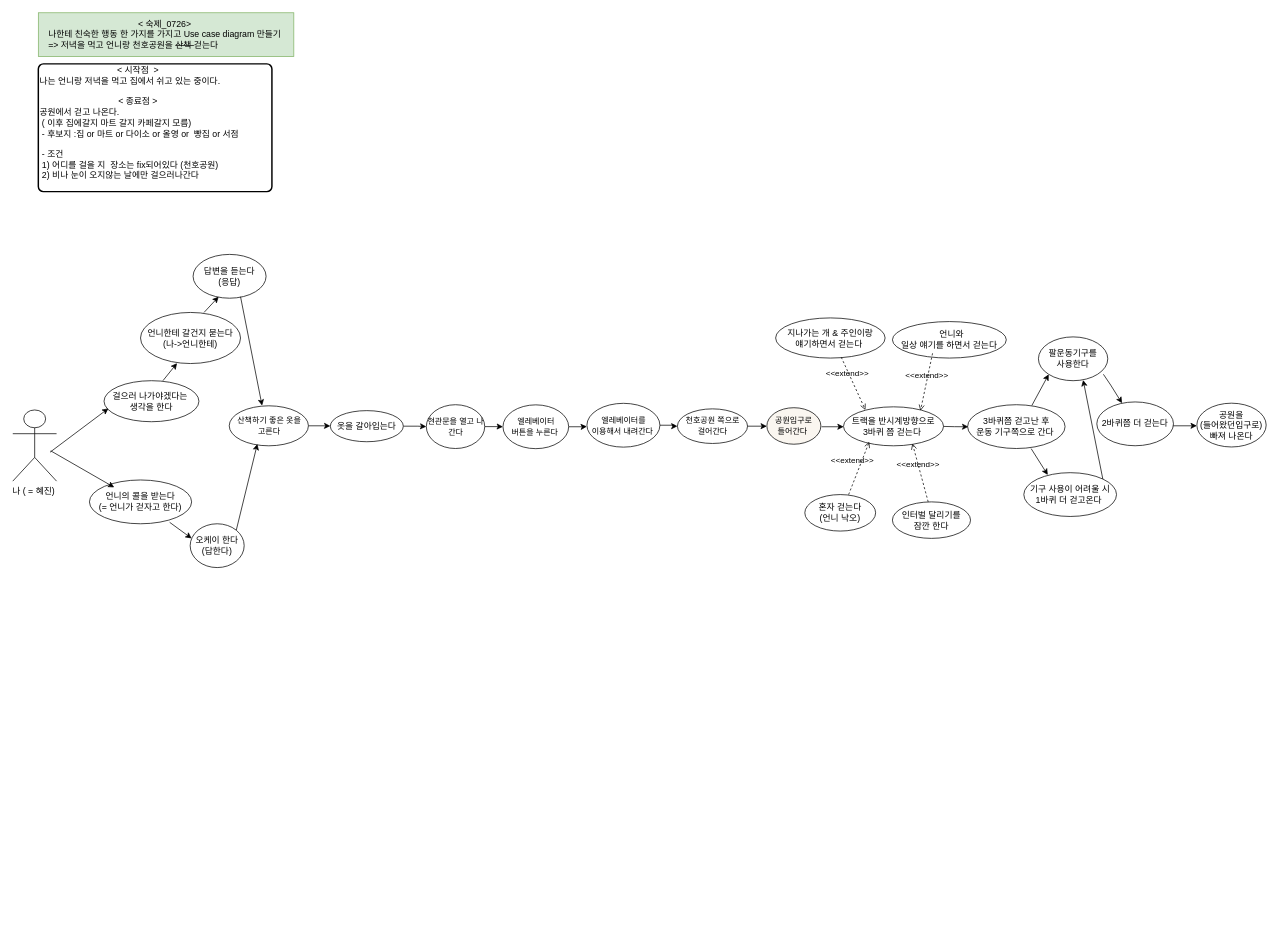
The draw.io diagram usecase_diagram/test.drawio in Jin-bright/diagram_study, before the edit. Source tidied: cells renumbered, new cells numbered last; positions are measured from the earlier drawing's top-left corner, leaving out a move shared by most shapes. Both pictures are drawn from the tidied source at 73%, with x=0, y=0 at pixel (12, 12).
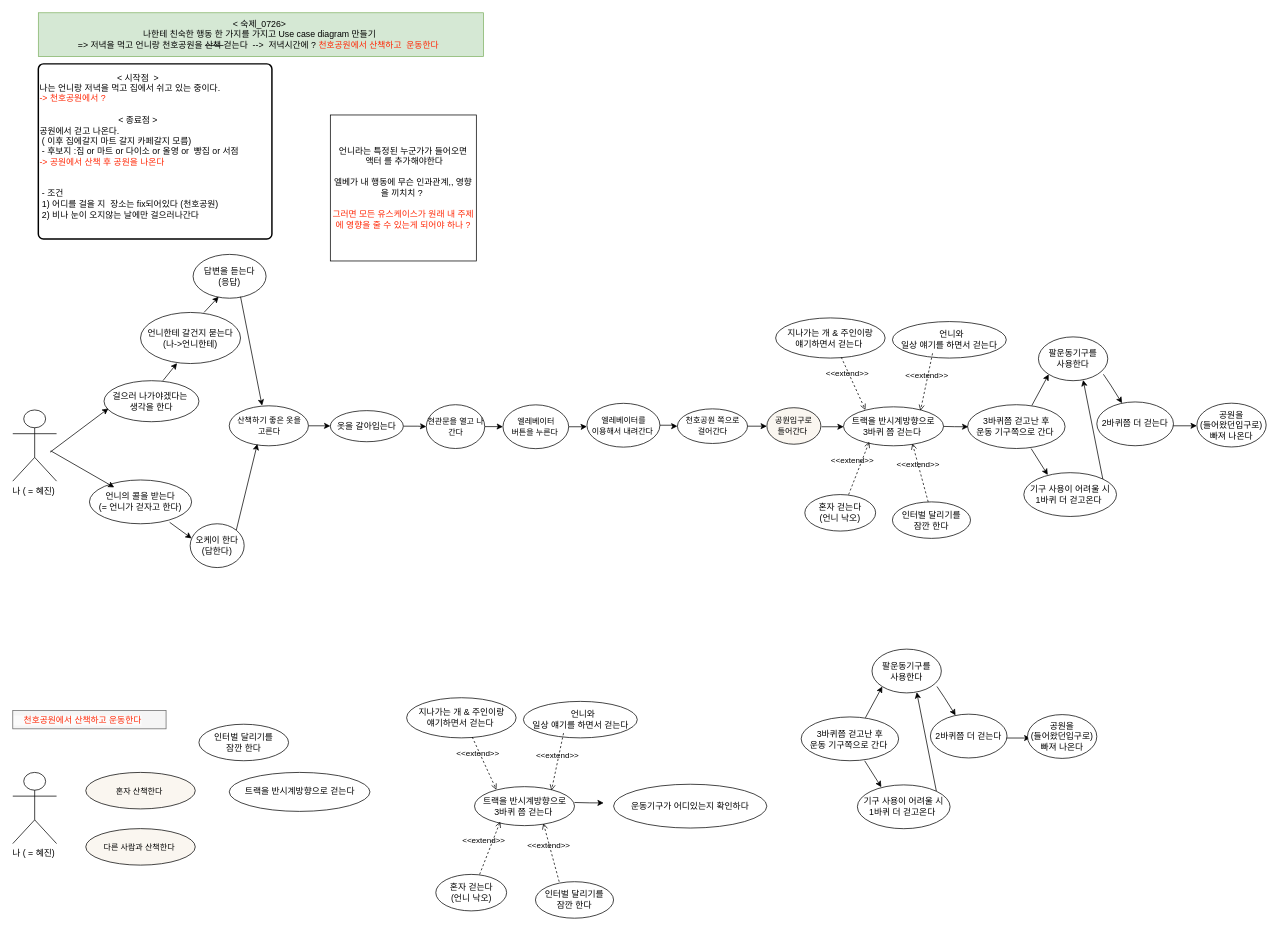
The same page after the edit.

What changed in the source:
```diff
@@
-    <mxCell id="4" value="&lt;div style=&quot;&quot;&gt;&lt;span style=&quot;background-color: initial;&quot;&gt;&amp;lt; 숙제_0726&amp;gt;&amp;nbsp;&lt;/span&gt;&lt;/div&gt;&lt;div style=&quot;&quot;&gt;&lt;span style=&quot;background-color: initial;&quot;&gt;나한테 친숙한 행동 한 가지를 가지고 Use case diagram 만들기&amp;nbsp;&lt;/span&gt;&lt;/div&gt;&lt;div style=&quot;text-align: left;&quot;&gt;=&amp;gt; 저녁을 먹고 언니랑 천호공원을&amp;nbsp;&lt;strike&gt;산책&amp;nbsp;&lt;/strike&gt;걷는다&amp;nbsp;&lt;/div&gt;" style="rounded=0;whiteSpace=wrap;html=1;fillColor=#d5e8d4;strokeColor=#82b366;" parent="1" vertex="1">
-      <mxGeometry x="35" width="350" height="60" as="geometry" />
+    <mxCell id="4" value="&lt;div style=&quot;&quot;&gt;&lt;span style=&quot;background-color: initial;&quot;&gt;&amp;lt; 숙제_0726&amp;gt;&amp;nbsp;&lt;/span&gt;&lt;/div&gt;&lt;div style=&quot;&quot;&gt;&lt;span style=&quot;background-color: initial;&quot;&gt;나한테 친숙한 행동 한 가지를 가지고 Use case diagram 만들기&amp;nbsp;&lt;/span&gt;&lt;/div&gt;&lt;div style=&quot;text-align: left;&quot;&gt;=&amp;gt; 저녁을 먹고 언니랑 천호공원을&amp;nbsp;&lt;strike&gt;산책&amp;nbsp;&lt;/strike&gt;걷는다&amp;nbsp; --&amp;gt;&amp;nbsp; 저녁시간에 ?&amp;nbsp;&lt;font color=&quot;#ff2908&quot;&gt;천호공원에서 산책하고&amp;nbsp; 운동한다&amp;nbsp;&lt;/font&gt;&amp;nbsp;&lt;/div&gt;" style="rounded=0;whiteSpace=wrap;html=1;fillColor=#d5e8d4;strokeColor=#82b366;" parent="1" vertex="1">
+      <mxGeometry x="35" width="610" height="60" as="geometry" />
     </mxCell>
-    <mxCell id="5" value="&lt;div style=&quot;text-align: center;&quot;&gt;&lt;span style=&quot;background-color: initial;&quot;&gt;&amp;lt; 시작점&amp;nbsp; &amp;gt;&amp;nbsp;&lt;/span&gt;&lt;/div&gt;&lt;div style=&quot;&quot;&gt;&lt;span style=&quot;background-color: initial;&quot;&gt;나는 언니랑 저녁을 먹고 집에서 쉬고 있는 중이다.&lt;/span&gt;&lt;/div&gt;&lt;div style=&quot;&quot;&gt;&lt;span style=&quot;background-color: initial;&quot;&gt;&lt;br&gt;&lt;/span&gt;&lt;/div&gt;&lt;div style=&quot;text-align: center;&quot;&gt;&lt;span style=&quot;background-color: initial;&quot;&gt;&amp;lt; 종료점 &amp;gt;&amp;nbsp;&lt;/span&gt;&lt;/div&gt;&lt;div style=&quot;&quot;&gt;공원에서 걷고 나온다.&amp;nbsp;&lt;/div&gt;&lt;div style=&quot;&quot;&gt;&lt;span style=&quot;background-color: initial;&quot;&gt;&amp;nbsp;( 이후 집에갈지 마트 갈지 카페갈지 모름)&amp;nbsp;&lt;/span&gt;&lt;/div&gt;&amp;nbsp;- 후보지 :집 or 마트 or 다이소 or 올영 or&amp;nbsp; 빵집 or 서점&lt;br&gt;&lt;br&gt;&amp;nbsp;- 조건&amp;nbsp;&lt;br&gt;&amp;nbsp;1) 어디를 걸을 지&amp;nbsp; 장소는 fix되어있다 (천호공원)&lt;br&gt;&amp;nbsp;2) 비나 눈이 오지않는 날에만 걸으러나간다&amp;nbsp;&lt;br&gt;&amp;nbsp;" style="rounded=1;whiteSpace=wrap;html=1;absoluteArcSize=1;arcSize=14;strokeWidth=2;align=left;" parent="1" vertex="1">
-      <mxGeometry x="35" y="70" width="320" height="175" as="geometry" />
+    <mxCell id="5" value="&lt;div style=&quot;text-align: center;&quot;&gt;&lt;span style=&quot;background-color: initial;&quot;&gt;&amp;lt; 시작점&amp;nbsp; &amp;gt;&amp;nbsp;&lt;/span&gt;&lt;/div&gt;&lt;div style=&quot;&quot;&gt;&lt;span style=&quot;background-color: initial;&quot;&gt;나는 언니랑 저녁을 먹고 집에서 쉬고 있는 중이다.&lt;/span&gt;&lt;/div&gt;&lt;div style=&quot;&quot;&gt;&lt;span style=&quot;background-color: initial;&quot;&gt;&lt;font color=&quot;#ff2908&quot;&gt;-&amp;gt; 천호공원에서 ?&amp;nbsp;&lt;/font&gt;&lt;/span&gt;&lt;/div&gt;&lt;div style=&quot;&quot;&gt;&lt;span style=&quot;background-color: initial;&quot;&gt;&lt;br&gt;&lt;/span&gt;&lt;/div&gt;&lt;div style=&quot;text-align: center;&quot;&gt;&lt;span style=&quot;background-color: initial;&quot;&gt;&amp;lt; 종료점 &amp;gt;&amp;nbsp;&lt;/span&gt;&lt;/div&gt;&lt;div style=&quot;&quot;&gt;공원에서 걷고 나온다.&amp;nbsp;&lt;/div&gt;&lt;div style=&quot;&quot;&gt;&lt;span style=&quot;background-color: initial;&quot;&gt;&amp;nbsp;( 이후 집에갈지 마트 갈지 카페갈지 모름)&amp;nbsp;&lt;/span&gt;&lt;/div&gt;&amp;nbsp;- 후보지 :집 or 마트 or 다이소 or 올영 or&amp;nbsp; 빵집 or 서점&lt;br&gt;&lt;font color=&quot;#ff2908&quot;&gt;-&amp;gt; 공원에서 산책 후 공원을 나온다&lt;br&gt;&lt;/font&gt;&lt;br&gt;&lt;br&gt;&amp;nbsp;- 조건&amp;nbsp;&lt;br&gt;&amp;nbsp;1) 어디를 걸을 지&amp;nbsp; 장소는 fix되어있다 (천호공원)&lt;br&gt;&amp;nbsp;2) 비나 눈이 오지않는 날에만 걸으러나간다&amp;nbsp;&lt;br&gt;&amp;nbsp;" style="rounded=1;whiteSpace=wrap;html=1;absoluteArcSize=1;arcSize=14;strokeWidth=2;align=left;" parent="1" vertex="1">
+      <mxGeometry x="35" y="70" width="320" height="240" as="geometry" />
     </mxCell>
@@
+    <mxCell id="51" value="언니라는 특정된 누군가가 들어오면&lt;br&gt;&amp;nbsp;액터 를 추가해야한다&lt;br&gt;&lt;br&gt;엘베가 내 행동에 무슨 인과관계,, 영향을 끼치치 ?&amp;nbsp;&lt;br&gt;&lt;br&gt;&lt;font color=&quot;#ff2908&quot;&gt;그러면 모든 유스케이스가 원래 내 주제에 영향을 줄 수 있는게 되어야 하나 ?&lt;/font&gt;" style="whiteSpace=wrap;html=1;" parent="1" vertex="1">
+      <mxGeometry x="435" y="140" width="200" height="200" as="geometry" />
+    </mxCell>
+    <mxCell id="52" value="나 ( = 혜진)&amp;nbsp;" style="shape=umlActor;verticalLabelPosition=bottom;verticalAlign=top;html=1;" parent="1" vertex="1">
+      <mxGeometry y="1040.6" width="60" height="97.5" as="geometry" />
+    </mxCell>
+    <mxCell id="53" value="&lt;font style=&quot;font-size: 11px;&quot;&gt;혼자 산책한다&amp;nbsp;&lt;br&gt;&lt;/font&gt;" style="ellipse;whiteSpace=wrap;html=1;fillColor=#FAF6F0;gradientColor=#FAF6F0;strokeColor=default;" parent="1" vertex="1">
+      <mxGeometry x="100" y="1040.6" width="150" height="50" as="geometry" />
+    </mxCell>
+    <mxCell id="54" value="3바퀴쯤 걷고난 후&lt;br&gt;운동 기구쪽으로 간다&amp;nbsp;" style="ellipse;whiteSpace=wrap;html=1;" parent="1" vertex="1">
+      <mxGeometry x="1080" y="964.6" width="133.5" height="60" as="geometry" />
+    </mxCell>
+    <mxCell id="55" value="팔운동기구를 &lt;br&gt;사용한다" style="ellipse;whiteSpace=wrap;html=1;" parent="1" vertex="1">
+      <mxGeometry x="1177" y="871.7" width="95" height="60" as="geometry" />
+    </mxCell>
+    <mxCell id="56" value="기구 사용이 어려울 시&lt;br&gt;1바퀴 더 걷고온다&amp;nbsp;" style="ellipse;whiteSpace=wrap;html=1;" parent="1" vertex="1">
+      <mxGeometry x="1157" y="1057.7" width="127" height="60" as="geometry" />
+    </mxCell>
+    <mxCell id="57" style="edgeStyle=orthogonalEdgeStyle;rounded=0;orthogonalLoop=1;jettySize=auto;html=1;" parent="1" edge="1">
+      <mxGeometry relative="1" as="geometry">
+        <mxPoint x="1349" y="993.5" as="sourcePoint" />
+        <mxPoint x="1394" y="993.5" as="targetPoint" />
+      </mxGeometry>
+    </mxCell>
+    <mxCell id="58" value="2바퀴쯤 더 걷는다" style="ellipse;whiteSpace=wrap;html=1;" parent="1" vertex="1">
+      <mxGeometry x="1257" y="960.8" width="105" height="60" as="geometry" />
+    </mxCell>
+    <mxCell id="59" style="edgeStyle=orthogonalEdgeStyle;rounded=0;orthogonalLoop=1;jettySize=auto;html=1;" parent="1" edge="1">
+      <mxGeometry relative="1" as="geometry">
+        <mxPoint x="769.5" y="1081.8" as="sourcePoint" />
+        <mxPoint x="809.5" y="1082.4" as="targetPoint" />
+      </mxGeometry>
+    </mxCell>
+    <mxCell id="60" value="트랙을 반시계방향으로 &lt;br&gt;3바퀴 쯤 걷는다&amp;nbsp;" style="ellipse;whiteSpace=wrap;html=1;" parent="1" vertex="1">
+      <mxGeometry x="632.5" y="1060.1" width="137" height="53.4" as="geometry" />
+    </mxCell>
+    <mxCell id="61" value="지나가는 개 &amp;amp; 주인이랑 &lt;br&gt;얘기하면서 걷는다&amp;nbsp;" style="ellipse;whiteSpace=wrap;html=1;" parent="1" vertex="1">
+      <mxGeometry x="539.5" y="938.3" width="150" height="55" as="geometry" />
+    </mxCell>
+    <mxCell id="62" value="&amp;nbsp; 언니와 &lt;br&gt;일상 얘기를 하면서 걷는다" style="ellipse;whiteSpace=wrap;html=1;" parent="1" vertex="1">
+      <mxGeometry x="699.5" y="943.3" width="156" height="50" as="geometry" />
+    </mxCell>
+    <mxCell id="63" value="혼자 걷는다 &lt;br&gt;(언니 낙오)" style="ellipse;whiteSpace=wrap;html=1;" parent="1" vertex="1">
+      <mxGeometry x="579.5" y="1180.3" width="97" height="50" as="geometry" />
+    </mxCell>
+    <mxCell id="64" value="공원을 &lt;br&gt;(들어왔던입구로) &lt;br&gt;빠져 나온다" style="ellipse;whiteSpace=wrap;html=1;" parent="1" vertex="1">
+      <mxGeometry x="1390" y="961.4" width="95" height="60" as="geometry" />
+    </mxCell>
+    <mxCell id="65" value="&amp;lt;&amp;lt;extend&amp;gt;&amp;gt;" style="html=1;verticalAlign=bottom;labelBackgroundColor=none;endArrow=open;endFill=0;dashed=1;rounded=0;exitX=0.626;exitY=1.033;exitDx=0;exitDy=0;exitPerimeter=0;entryX=0.248;entryY=0.119;entryDx=0;entryDy=0;entryPerimeter=0;" parent="1" edge="1">
+      <mxGeometry x="-0.2" y="-6" relative="1" as="geometry">
+        <mxPoint x="629.4" y="992.1" as="sourcePoint" />
+        <mxPoint x="662.5" y="1064.4" as="targetPoint" />
+      </mxGeometry>
+    </mxCell>
+    <mxCell id="66" value="&amp;lt;&amp;lt;extend&amp;gt;&amp;gt;" style="html=1;verticalAlign=bottom;labelBackgroundColor=none;endArrow=open;endFill=0;dashed=1;rounded=0;exitX=0.5;exitY=1;exitDx=0;exitDy=0;entryX=0.769;entryY=-0.011;entryDx=0;entryDy=0;entryPerimeter=0;" parent="1" edge="1">
+      <mxGeometry relative="1" as="geometry">
+        <mxPoint x="754.5" y="986.8" as="sourcePoint" />
+        <mxPoint x="737.9" y="1065.5" as="targetPoint" />
+      </mxGeometry>
+    </mxCell>
+    <mxCell id="67" value="&amp;lt;&amp;lt;extend&amp;gt;&amp;gt;" style="html=1;verticalAlign=bottom;labelBackgroundColor=none;endArrow=open;endFill=0;dashed=1;rounded=0;" parent="1" edge="1">
+      <mxGeometry x="-0.05" y="9" relative="1" as="geometry">
+        <mxPoint x="639.5" y="1180.3" as="sourcePoint" />
+        <mxPoint x="667.8" y="1107.9" as="targetPoint" />
+      </mxGeometry>
+    </mxCell>
+    <mxCell id="68" style="endArrow=classic;html=1;rounded=0;entryX=0;entryY=1;entryDx=0;entryDy=0;exitX=0.599;exitY=0.048;exitDx=0;exitDy=0;exitPerimeter=0;" parent="1" edge="1" target="55">
+      <mxGeometry relative="1" as="geometry">
+        <mxPoint x="1168" y="965.7" as="sourcePoint" />
+      </mxGeometry>
+    </mxCell>
+    <mxCell id="69" style="endArrow=classic;html=1;rounded=0;entryX=0.258;entryY=0.101;entryDx=0;entryDy=0;entryPerimeter=0;" parent="1" edge="1">
+      <mxGeometry relative="1" as="geometry">
+        <mxPoint x="1167" y="1024.7" as="sourcePoint" />
+        <mxPoint x="1189.8" y="1060.8" as="targetPoint" />
+      </mxGeometry>
+    </mxCell>
+    <mxCell id="70" style="endArrow=classic;html=1;rounded=0;" parent="1" edge="1">
+      <mxGeometry relative="1" as="geometry">
+        <mxPoint x="1266" y="922.9" as="sourcePoint" />
+        <mxPoint x="1291.5" y="962.4" as="targetPoint" />
+        <Array as="points">
+          <mxPoint x="1276" y="937.7" />
+        </Array>
+      </mxGeometry>
+    </mxCell>
+    <mxCell id="71" style="endArrow=classic;html=1;rounded=0;entryX=0.645;entryY=0.985;entryDx=0;entryDy=0;entryPerimeter=0;exitX=1;exitY=0;exitDx=0;exitDy=0;" parent="1" edge="1" source="56" target="55">
+      <mxGeometry relative="1" as="geometry" />
+    </mxCell>
+    <mxCell id="72" value="인터벌 달리기를 &lt;br&gt;잠깐 한다" style="ellipse;whiteSpace=wrap;html=1;" parent="1" vertex="1">
+      <mxGeometry x="716" y="1190.3" width="107" height="50" as="geometry" />
+    </mxCell>
+    <mxCell id="73" value="&amp;lt;&amp;lt;extend&amp;gt;&amp;gt;" style="html=1;verticalAlign=bottom;labelBackgroundColor=none;endArrow=open;endFill=0;dashed=1;rounded=0;entryX=0.921;entryY=0.217;entryDx=0;entryDy=0;entryPerimeter=0;" parent="1" edge="1">
+      <mxGeometry x="0.07" y="3" relative="1" as="geometry">
+        <mxPoint x="748.5" y="1190.3" as="sourcePoint" />
+        <mxPoint x="726.9" y="1110.3" as="targetPoint" />
+      </mxGeometry>
+    </mxCell>
+    <mxCell id="74" value="&lt;span style=&quot;color: rgb(255, 41, 8); font-family: Helvetica; font-size: 12px; font-style: normal; font-variant-ligatures: normal; font-variant-caps: normal; font-weight: 400; letter-spacing: normal; orphans: 2; text-align: left; text-indent: 0px; text-transform: none; widows: 2; word-spacing: 0px; -webkit-text-stroke-width: 0px; background-color: rgb(251, 251, 251); text-decoration-thickness: initial; text-decoration-style: initial; text-decoration-color: initial; float: none; display: inline !important;&quot;&gt;&amp;nbsp; &amp;nbsp; 천호공원에서 산책하고 운동한다&lt;/span&gt;" style="text;whiteSpace=wrap;html=1;fillColor=#f5f5f5;fontColor=#333333;strokeColor=#666666;" parent="1" vertex="1">
+      <mxGeometry y="955.9" width="210" height="25" as="geometry" />
+    </mxCell>
+    <mxCell id="75" value="&lt;font style=&quot;font-size: 11px;&quot;&gt;다른 사람과 산책한다&amp;nbsp;&lt;br&gt;&lt;/font&gt;" style="ellipse;whiteSpace=wrap;html=1;fillColor=#FAF6F0;gradientColor=#FAF6F0;strokeColor=default;" parent="1" vertex="1">
+      <mxGeometry x="100" y="1117.6" width="150" height="50" as="geometry" />
+    </mxCell>
+    <mxCell id="76" value="운동기구가 어디있는지 확인하다" style="ellipse;whiteSpace=wrap;html=1;" parent="1" vertex="1">
+      <mxGeometry x="823" y="1056.8" width="210" height="60" as="geometry" />
+    </mxCell>
+    <mxCell id="77" value="트랙을 반시계방향으로 걷는다" style="ellipse;whiteSpace=wrap;html=1;" parent="1" vertex="1">
+      <mxGeometry x="296.5" y="1040.6" width="192.8" height="53.4" as="geometry" />
+    </mxCell>
+    <mxCell id="78" value="인터벌 달리기를 &lt;br&gt;잠깐 한다" style="ellipse;whiteSpace=wrap;html=1;" parent="1" vertex="1">
+      <mxGeometry x="255" y="974.6" width="122.8" height="50" as="geometry" />
+    </mxCell>
```
